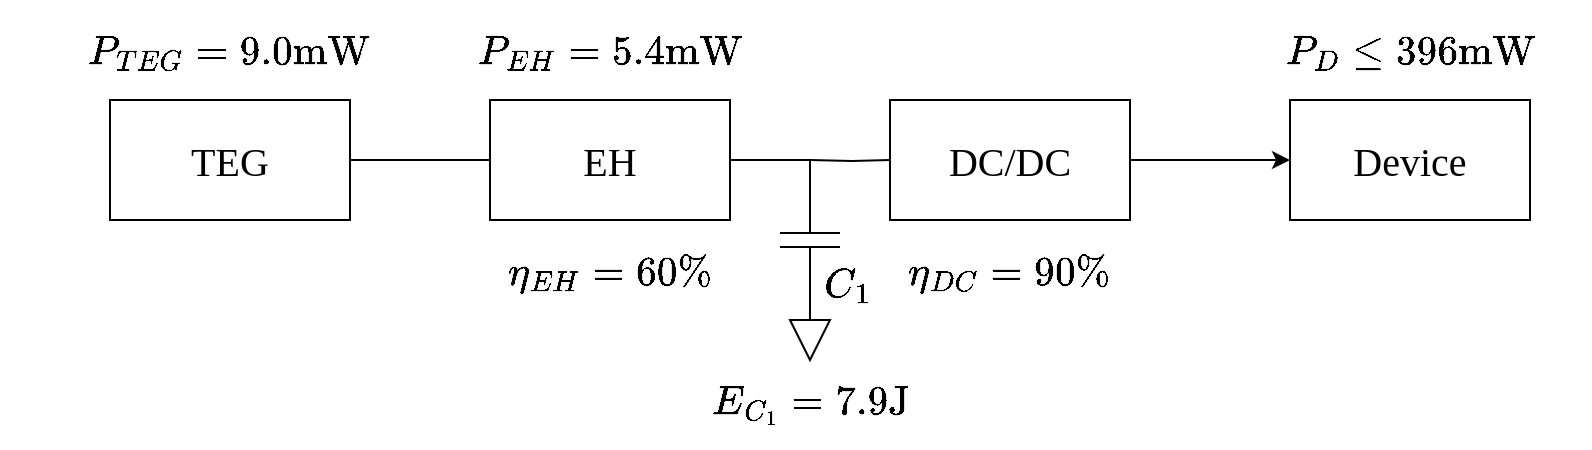
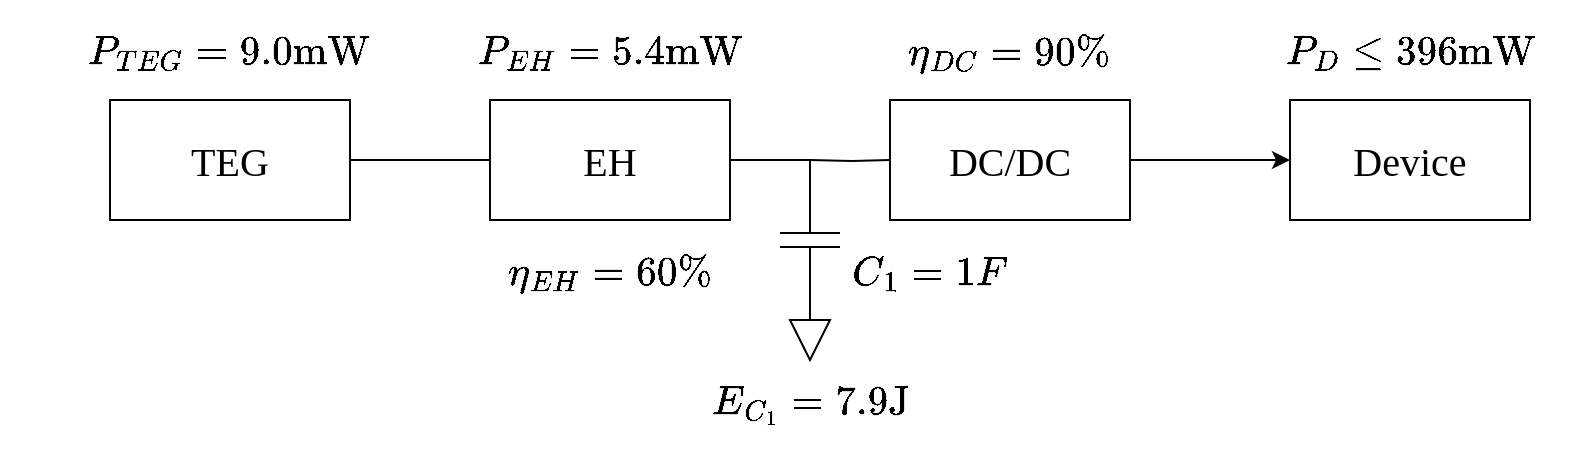
<mxfile host="app.diagrams.net" agent="Mozilla/5.0 (Windows NT 10.0; Win64; x64) AppleWebKit/537.36 (KHTML, like Gecko) draw.io/29.6.1 Chrome/142.0.7444.265 Electron/39.8.0 Safari/537.36">
  <diagram name="Side-1" id="Nr5VDXRH1KHKwFsIw_ay">
    <mxGraphModel dx="665" dy="370" grid="1" gridSize="10" guides="1" tooltips="1" connect="1" arrows="1" fold="1" page="1" pageScale="1" pageWidth="827" pageHeight="1169" math="1" shadow="0">
      <root>
        <mxCell id="0" />
        <mxCell id="1" parent="0" />
        <mxCell id="HJLxzxlkMSQUPy_3VL4K-6" edge="1" parent="1" source="HJLxzxlkMSQUPy_3VL4K-2" style="edgeStyle=orthogonalEdgeStyle;rounded=0;orthogonalLoop=1;jettySize=auto;html=1;endArrow=none;endFill=0;fontFamily=Computer Modern unicode;fontSource=https%3A%2F%2Ffonts.googleapis.com%2Fcss%3Ffamily%3DComputer%2BModern%2Bunicode;" target="HJLxzxlkMSQUPy_3VL4K-3" value="">
          <mxGeometry relative="1" as="geometry" />
        </mxCell>
        <mxCell id="HJLxzxlkMSQUPy_3VL4K-2" parent="1" style="rounded=0;whiteSpace=wrap;html=1;fontFamily=Computer Modern unicode;fontSource=https%3A%2F%2Ffonts.googleapis.com%2Fcss%3Ffamily%3DComputer%2BModern%2Bunicode;fontSize=20;" value="TEG" vertex="1">
          <mxGeometry height="60" width="120" x="340" y="340" as="geometry" />
        </mxCell>
        <mxCell id="HJLxzxlkMSQUPy_3VL4K-7" edge="1" parent="1" source="HJLxzxlkMSQUPy_3VL4K-3" style="edgeStyle=orthogonalEdgeStyle;rounded=0;orthogonalLoop=1;jettySize=auto;html=1;endArrow=none;endFill=0;entryX=0;entryY=0.5;entryDx=0;entryDy=0;entryPerimeter=0;fontFamily=Computer Modern unicode;fontSource=https%3A%2F%2Ffonts.googleapis.com%2Fcss%3Ffamily%3DComputer%2BModern%2Bunicode;" target="HJLxzxlkMSQUPy_3VL4K-5" value="">
          <mxGeometry relative="1" as="geometry">
            <Array as="points">
              <mxPoint x="690" y="370" />
            </Array>
          </mxGeometry>
        </mxCell>
        <mxCell id="HJLxzxlkMSQUPy_3VL4K-3" parent="1" style="rounded=0;whiteSpace=wrap;html=1;fontFamily=Computer Modern unicode;fontSource=https%3A%2F%2Ffonts.googleapis.com%2Fcss%3Ffamily%3DComputer%2BModern%2Bunicode;fontSize=20;" value="EH" vertex="1">
          <mxGeometry height="60" width="120" x="530" y="340" as="geometry" />
        </mxCell>
        <mxCell id="HJLxzxlkMSQUPy_3VL4K-12" edge="1" parent="1" source="HJLxzxlkMSQUPy_3VL4K-4" style="edgeStyle=orthogonalEdgeStyle;rounded=0;orthogonalLoop=1;jettySize=auto;html=1;fontFamily=Computer Modern unicode;fontSource=https%3A%2F%2Ffonts.googleapis.com%2Fcss%3Ffamily%3DComputer%2BModern%2Bunicode;" target="HJLxzxlkMSQUPy_3VL4K-10" value="">
          <mxGeometry relative="1" as="geometry" />
        </mxCell>
        <mxCell id="HJLxzxlkMSQUPy_3VL4K-4" parent="1" style="rounded=0;whiteSpace=wrap;html=1;fontFamily=Computer Modern unicode;fontSource=https%3A%2F%2Ffonts.googleapis.com%2Fcss%3Ffamily%3DComputer%2BModern%2Bunicode;fontSize=20;" value="DC/DC" vertex="1">
          <mxGeometry height="60" width="120" x="730" y="340" as="geometry" />
        </mxCell>
        <mxCell id="HJLxzxlkMSQUPy_3VL4K-5" parent="1" style="pointerEvents=1;verticalLabelPosition=bottom;shadow=0;dashed=0;align=center;html=1;verticalAlign=top;shape=mxgraph.electrical.capacitors.capacitor_1;rotation=90;fontFamily=Computer Modern unicode;fontSource=https%3A%2F%2Ffonts.googleapis.com%2Fcss%3Ffamily%3DComputer%2BModern%2Bunicode;" value="" vertex="1">
          <mxGeometry height="30" width="70" x="655" y="395" as="geometry" />
        </mxCell>
        <mxCell id="HJLxzxlkMSQUPy_3VL4K-8" edge="1" parent="1" style="edgeStyle=orthogonalEdgeStyle;rounded=0;orthogonalLoop=1;jettySize=auto;html=1;endArrow=none;endFill=0;entryX=0;entryY=0.5;entryDx=0;entryDy=0;fontFamily=Computer Modern unicode;fontSource=https%3A%2F%2Ffonts.googleapis.com%2Fcss%3Ffamily%3DComputer%2BModern%2Bunicode;" target="HJLxzxlkMSQUPy_3VL4K-4" value="">
          <mxGeometry relative="1" as="geometry">
            <mxPoint x="690" y="370" as="sourcePoint" />
            <mxPoint x="760" y="385" as="targetPoint" />
          </mxGeometry>
        </mxCell>
        <mxCell id="HJLxzxlkMSQUPy_3VL4K-9" parent="1" style="pointerEvents=1;verticalLabelPosition=bottom;shadow=0;dashed=0;align=center;html=1;verticalAlign=top;shape=mxgraph.electrical.signal_sources.signal_ground;fontFamily=Computer Modern unicode;fontSource=https%3A%2F%2Ffonts.googleapis.com%2Fcss%3Ffamily%3DComputer%2BModern%2Bunicode;" value="" vertex="1">
          <mxGeometry height="30" width="20" x="680" y="440" as="geometry" />
        </mxCell>
        <mxCell id="HJLxzxlkMSQUPy_3VL4K-10" parent="1" style="rounded=0;whiteSpace=wrap;html=1;fontFamily=Computer Modern unicode;fontSource=https%3A%2F%2Ffonts.googleapis.com%2Fcss%3Ffamily%3DComputer%2BModern%2Bunicode;fontSize=20;" value="Device" vertex="1">
          <mxGeometry height="60" width="120" x="930" y="340" as="geometry" />
        </mxCell>
-         <mxCell id="HJLxzxlkMSQUPy_3VL4K-13" parent="1" style="text;html=1;whiteSpace=wrap;strokeColor=none;fillColor=none;align=center;verticalAlign=middle;rounded=0;fontFamily=Computer Modern unicode;fontSource=https%3A%2F%2Ffonts.googleapis.com%2Fcss%3Ffamily%3DComputer%2BModern%2Bunicode;fontSize=20;" value="$$C_1$$" vertex="1">
-           <mxGeometry height="30" width="60" x="679" y="416" as="geometry" />
-         </mxCell>
        <mxCell id="5uTbERhlqjRDBnyzt4Zg-1" parent="1" style="text;html=1;whiteSpace=wrap;strokeColor=none;fillColor=none;align=center;verticalAlign=middle;rounded=0;fontFamily=Computer Modern unicode;fontSource=https%3A%2F%2Ffonts.googleapis.com%2Fcss%3Ffamily%3DComputer%2BModern%2Bunicode;fontSize=20;" value="$$\eta_{EH}=60\%$$" vertex="1">
          <mxGeometry height="30" width="158" x="511" y="410" as="geometry" />
        </mxCell>
        <mxCell id="5uTbERhlqjRDBnyzt4Zg-3" parent="1" style="text;html=1;whiteSpace=wrap;strokeColor=none;fillColor=none;align=center;verticalAlign=middle;rounded=0;fontFamily=Computer Modern unicode;fontSource=https%3A%2F%2Ffonts.googleapis.com%2Fcss%3Ffamily%3DComputer%2BModern%2Bunicode;fontSize=20;" value="$$\eta_{DC}=90\%$$" vertex="1">
-           <mxGeometry height="50" width="140" x="720" y="400" as="geometry" />
+           <mxGeometry height="50" width="140" x="720" y="290" as="geometry" />
        </mxCell>
        <mxCell id="5uTbERhlqjRDBnyzt4Zg-4" parent="1" style="text;html=1;whiteSpace=wrap;strokeColor=none;fillColor=none;align=center;verticalAlign=middle;rounded=0;fontFamily=Computer Modern unicode;fontSource=https%3A%2F%2Ffonts.googleapis.com%2Fcss%3Ffamily%3DComputer%2BModern%2Bunicode;fontSize=20;" value="$$E_{C_1}=7.9 \text{J}$$" vertex="1">
          <mxGeometry height="40" width="130" x="625" y="470" as="geometry" />
        </mxCell>
        <mxCell id="5uTbERhlqjRDBnyzt4Zg-6" parent="1" style="text;html=1;whiteSpace=wrap;strokeColor=none;fillColor=none;align=center;verticalAlign=middle;rounded=0;fontFamily=Computer Modern unicode;fontSource=https%3A%2F%2Ffonts.googleapis.com%2Fcss%3Ffamily%3DComputer%2BModern%2Bunicode;fontSize=20;" value="$$P_{TEG}=9.0 \text{mW}$$" vertex="1">
          <mxGeometry height="30" width="230" x="285" y="300" as="geometry" />
        </mxCell>
        <mxCell id="5uTbERhlqjRDBnyzt4Zg-7" parent="1" style="text;html=1;whiteSpace=wrap;strokeColor=none;fillColor=none;align=center;verticalAlign=middle;rounded=0;fontFamily=Computer Modern unicode;fontSource=https%3A%2F%2Ffonts.googleapis.com%2Fcss%3Ffamily%3DComputer%2BModern%2Bunicode;fontSize=20;" value="$$P_{EH}=5.4 \text{mW}$$" vertex="1">
          <mxGeometry height="30" width="190" x="495" y="300" as="geometry" />
        </mxCell>
        <mxCell id="5uTbERhlqjRDBnyzt4Zg-9" parent="1" style="text;html=1;whiteSpace=wrap;strokeColor=none;fillColor=none;align=center;verticalAlign=middle;rounded=0;fontFamily=Computer Modern unicode;fontSource=https%3A%2F%2Ffonts.googleapis.com%2Fcss%3Ffamily%3DComputer%2BModern%2Bunicode;fontSize=20;" value="$$P_D\leq 396 \text{mW}$$" vertex="1">
          <mxGeometry height="50" width="180" x="900" y="290" as="geometry" />
        </mxCell>
+         <mxCell id="BP47mMJ33tbiV6EJnppF-1" parent="1" style="text;html=1;whiteSpace=wrap;strokeColor=none;fillColor=none;align=center;verticalAlign=middle;rounded=0;" value="&lt;span style=&quot;font-family: &amp;quot;Computer Modern unicode&amp;quot;; font-size: 20px;&quot;&gt;$$C_1=1F$$&lt;/span&gt;" vertex="1">
+           <mxGeometry height="40" width="100" x="700" y="405" as="geometry" />
+         </mxCell>
      </root>
    </mxGraphModel>
  </diagram>
</mxfile>
